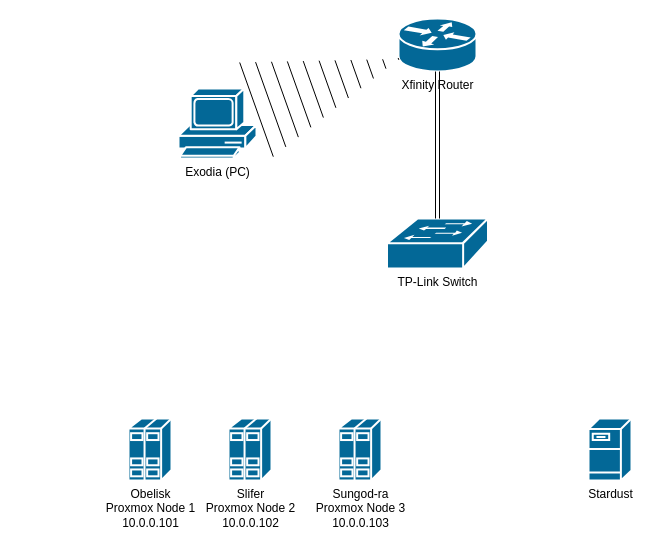
Earlier version of the draw.io diagram Home.drawio (sunhedrin/sunhedrin). Source tidied: cells renumbered, new cells numbered last; positions are measured from the earlier drawing's top-left corner, leaving out a move shared by most shapes. Both pictures are drawn from the tidied source at 100%, with x=0, y=0 at pixel (128, 18).
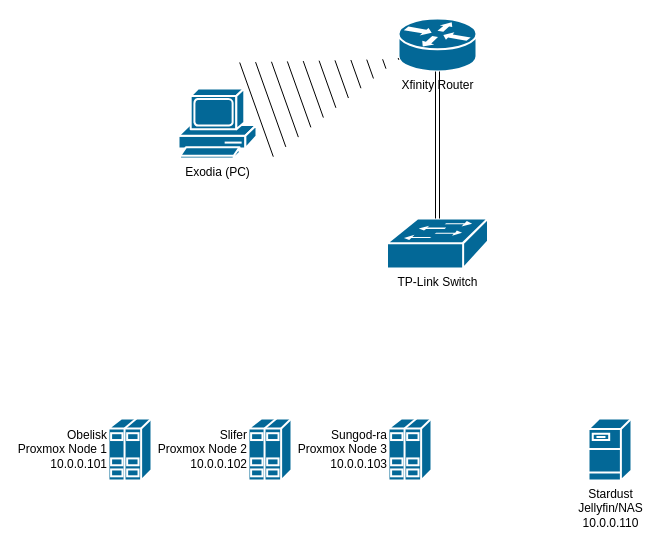
After the change.

Diff of the diagram source:
```diff
@@
 <mxGraphModel>
   <root>
     <mxCell id="0" />
     <mxCell id="1" parent="0" />
     <mxCell id="2" value="&lt;div&gt;Exodia (PC)&lt;/div&gt;" style="sketch=0;html=1;dashed=0;fillColor=#036897;strokeColor=#ffffff;strokeWidth=2;verticalLabelPosition=bottom;verticalAlign=top;align=center;outlineConnect=0;shape=mxgraph.cisco.computers_and_peripherals.pc;" parent="1" vertex="1">
       <mxGeometry x="50" y="70" width="78" height="70" as="geometry" />
     </mxCell>
     <mxCell id="3" value="Xfinity Router" style="strokeColor=#ffffff;sketch=0;html=1;dashed=0;fillColor=#036897;strokeWidth=2;verticalLabelPosition=bottom;verticalAlign=top;align=center;outlineConnect=0;shape=mxgraph.cisco.routers.router;" parent="1" vertex="1">
       <mxGeometry x="270" width="78" height="53" as="geometry" />
     </mxCell>
     <mxCell id="4" value="TP-Link Switch" style="strokeColor=#ffffff;sketch=0;html=1;dashed=0;fillColor=#036897;strokeWidth=2;verticalLabelPosition=bottom;verticalAlign=top;align=center;outlineConnect=0;shape=mxgraph.cisco.switches.workgroup_switch;" parent="1" vertex="1">
       <mxGeometry x="258.5" y="200" width="101" height="50" as="geometry" />
     </mxCell>
     <mxCell id="5" style="shape=mxgraph.arrows2.wedgeArrowDashed2;html=1;startWidth=50;stepSize=15;rounded=0;" parent="1" edge="1" source="2" target="3">
       <mxGeometry relative="1" as="geometry" />
     </mxCell>
     <mxCell id="6" style="shape=link;html=1;rounded=0;" parent="1" edge="1" source="3" target="4">
       <mxGeometry relative="1" as="geometry" />
     </mxCell>
-    <mxCell id="7" value="Stardust" style="strokeColor=#ffffff;sketch=0;html=1;dashed=0;fillColor=#036897;strokeWidth=2;verticalLabelPosition=bottom;verticalAlign=top;align=center;shape=mxgraph.cisco.servers.fileserver;" parent="1" vertex="1">
+    <mxCell id="7" value="&lt;div&gt;Stardust&lt;/div&gt;&lt;div&gt;Jellyfin/NAS&lt;/div&gt;&lt;div&gt;10.0.0.110&lt;/div&gt;" style="strokeColor=#ffffff;sketch=0;html=1;dashed=0;fillColor=#036897;strokeWidth=2;verticalLabelPosition=bottom;verticalAlign=top;align=center;shape=mxgraph.cisco.servers.fileserver;" parent="1" vertex="1">
       <mxGeometry x="460" y="400" width="43" height="62" as="geometry" />
     </mxCell>
-    <mxCell id="8" value="&lt;div&gt;Obelisk&lt;/div&gt;&lt;div&gt;Proxmox Node 1&lt;/div&gt;&lt;div&gt;10.0.0.101&lt;/div&gt;" style="strokeColor=#ffffff;sketch=0;html=1;dashed=0;fillColor=#036897;strokeWidth=2;verticalLabelPosition=bottom;verticalAlign=top;align=center;shape=mxgraph.cisco.servers.standard_host;" parent="1" vertex="1">
-      <mxGeometry y="400" width="43" height="62" as="geometry" />
+    <mxCell id="8" value="&lt;div&gt;Obelisk&lt;/div&gt;&lt;div&gt;Proxmox Node 1&lt;/div&gt;&lt;div&gt;10.0.0.101&lt;/div&gt;" style="strokeColor=#ffffff;sketch=0;html=1;dashed=0;fillColor=#036897;strokeWidth=2;verticalLabelPosition=middle;verticalAlign=middle;align=right;shape=mxgraph.cisco.servers.standard_host;labelPosition=left;" parent="1" vertex="1">
+      <mxGeometry x="-20" y="400" width="43" height="62" as="geometry" />
     </mxCell>
-    <mxCell id="9" value="&lt;div&gt;Slifer&lt;/div&gt;&lt;div&gt;Proxmox Node 2&lt;/div&gt;&lt;div&gt;10.0.0.102&lt;/div&gt;" style="strokeColor=#ffffff;sketch=0;html=1;dashed=0;fillColor=#036897;strokeWidth=2;verticalLabelPosition=bottom;verticalAlign=top;align=center;shape=mxgraph.cisco.servers.standard_host;" parent="1" vertex="1">
-      <mxGeometry x="100" y="400" width="43" height="62" as="geometry" />
+    <mxCell id="9" value="&lt;div&gt;Slifer&lt;/div&gt;&lt;div&gt;Proxmox Node 2&lt;/div&gt;&lt;div&gt;10.0.0.102&lt;/div&gt;" style="strokeColor=#ffffff;sketch=0;html=1;dashed=0;fillColor=#036897;strokeWidth=2;verticalLabelPosition=middle;verticalAlign=middle;align=right;shape=mxgraph.cisco.servers.standard_host;labelPosition=left;" parent="1" vertex="1">
+      <mxGeometry x="120" y="400" width="43" height="62" as="geometry" />
     </mxCell>
-    <mxCell id="10" value="&lt;div&gt;Sungod-ra&lt;/div&gt;&lt;div&gt;Proxmox Node 3&lt;/div&gt;&lt;div&gt;10.0.0.103&lt;/div&gt;" style="strokeColor=#ffffff;sketch=0;html=1;dashed=0;fillColor=#036897;strokeWidth=2;verticalLabelPosition=bottom;verticalAlign=top;align=center;shape=mxgraph.cisco.servers.standard_host;" parent="1" vertex="1">
-      <mxGeometry x="210" y="400" width="43" height="62" as="geometry" />
+    <mxCell id="10" value="&lt;div&gt;Sungod-ra&lt;/div&gt;&lt;div&gt;Proxmox Node 3&lt;/div&gt;&lt;div&gt;10.0.0.103&lt;/div&gt;" style="strokeColor=#ffffff;sketch=0;html=1;dashed=0;fillColor=#036897;strokeWidth=2;verticalLabelPosition=middle;verticalAlign=middle;align=right;shape=mxgraph.cisco.servers.standard_host;labelPosition=left;" parent="1" vertex="1">
+      <mxGeometry x="260" y="400" width="43" height="62" as="geometry" />
     </mxCell>
   </root>
 </mxGraphModel>
```
